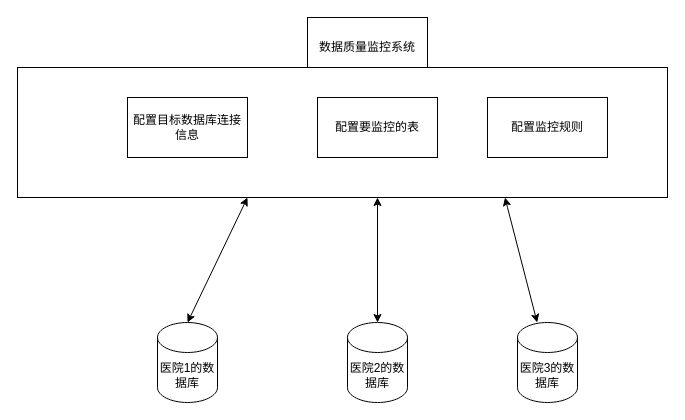
Earlier version of the draw.io diagram dqms.drawio (goylsf/image). Source tidied: cells renumbered, new cells numbered last; positions are measured from the earlier drawing's top-left corner, leaving out a move shared by most shapes. Both pictures are drawn from the tidied source at 100%, with x=0, y=0 at pixel (17, 17).
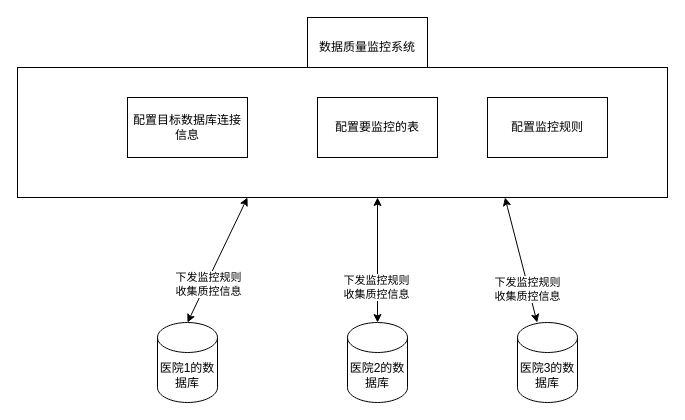
The same page after the edit.

The edit, as a diff of the source:
```diff
@@
 <mxGraphModel>
   <root>
     <mxCell id="0" />
     <mxCell id="1" parent="0" />
     <mxCell id="2" value="医院1的数据库" style="shape=cylinder3;whiteSpace=wrap;html=1;boundedLbl=1;backgroundOutline=1;size=15;" parent="1" vertex="1">
       <mxGeometry x="140" y="305" width="60" height="80" as="geometry" />
     </mxCell>
     <mxCell id="3" value="医院2的数据库" style="shape=cylinder3;whiteSpace=wrap;html=1;boundedLbl=1;backgroundOutline=1;size=15;" parent="1" vertex="1">
       <mxGeometry x="330" y="305" width="60" height="80" as="geometry" />
     </mxCell>
     <mxCell id="4" value="医院3的数据库" style="shape=cylinder3;whiteSpace=wrap;html=1;boundedLbl=1;backgroundOutline=1;size=15;" parent="1" vertex="1">
       <mxGeometry x="500" y="305" width="60" height="80" as="geometry" />
     </mxCell>
     <mxCell id="5" value="数据质量监控系统" style="rounded=0;whiteSpace=wrap;html=1;" parent="1" vertex="1">
       <mxGeometry x="290" width="120" height="60" as="geometry" />
     </mxCell>
     <mxCell id="6" style="rounded=0;whiteSpace=wrap;html=1;" parent="1" vertex="1">
       <mxGeometry y="50" width="650" height="130" as="geometry" />
     </mxCell>
     <mxCell id="7" value="配置目标数据库连接信息" style="rounded=0;whiteSpace=wrap;html=1;" parent="1" vertex="1">
       <mxGeometry x="110" y="80" width="120" height="60" as="geometry" />
     </mxCell>
     <mxCell id="8" value="配置要监控的表" style="rounded=0;whiteSpace=wrap;html=1;" parent="1" vertex="1">
       <mxGeometry x="300" y="80" width="120" height="60" as="geometry" />
     </mxCell>
     <mxCell id="9" value="配置监控规则" style="rounded=0;whiteSpace=wrap;html=1;" parent="1" vertex="1">
       <mxGeometry x="470" y="80" width="120" height="60" as="geometry" />
     </mxCell>
     <mxCell id="10" style="endArrow=classic;startArrow=classic;html=1;rounded=0;exitX=0.5;exitY=0;exitDx=0;exitDy=0;exitPerimeter=0;" parent="1" edge="1" source="2">
       <mxGeometry relative="1" as="geometry">
         <mxPoint x="230" y="180" as="targetPoint" />
       </mxGeometry>
     </mxCell>
+    <mxCell id="13" value="下发监控规则&lt;br&gt;收集质控信息" style="edgeLabel;html=1;align=center;verticalAlign=middle;" parent="10" vertex="1">
+      <mxGeometry x="-0.36" y="-2" relative="1" as="geometry" />
+    </mxCell>
     <mxCell id="11" style="endArrow=classic;startArrow=classic;html=1;rounded=0;exitX=0.5;exitY=0;exitDx=0;exitDy=0;exitPerimeter=0;" parent="1" edge="1" source="3">
       <mxGeometry relative="1" as="geometry">
         <mxPoint x="360" y="180" as="targetPoint" />
       </mxGeometry>
     </mxCell>
+    <mxCell id="14" value="下发监控规则&lt;br&gt;收集质控信息" style="edgeLabel;html=1;align=center;verticalAlign=middle;" parent="11" vertex="1">
+      <mxGeometry x="-0.42" y="2" relative="1" as="geometry" />
+    </mxCell>
     <mxCell id="12" style="endArrow=classic;startArrow=classic;html=1;rounded=0;entryX=0.75;entryY=1;entryDx=0;entryDy=0;" parent="1" edge="1" source="4" target="6">
       <mxGeometry relative="1" as="geometry">
         <Array as="points">
           <mxPoint x="490" y="190" />
         </Array>
       </mxGeometry>
     </mxCell>
+    <mxCell id="15" value="下发监控规则&lt;br&gt;收集质控信息" style="edgeLabel;html=1;align=center;verticalAlign=middle;" parent="12" vertex="1">
+      <mxGeometry x="-0.45" y="1" relative="1" as="geometry" />
+    </mxCell>
   </root>
 </mxGraphModel>
```
